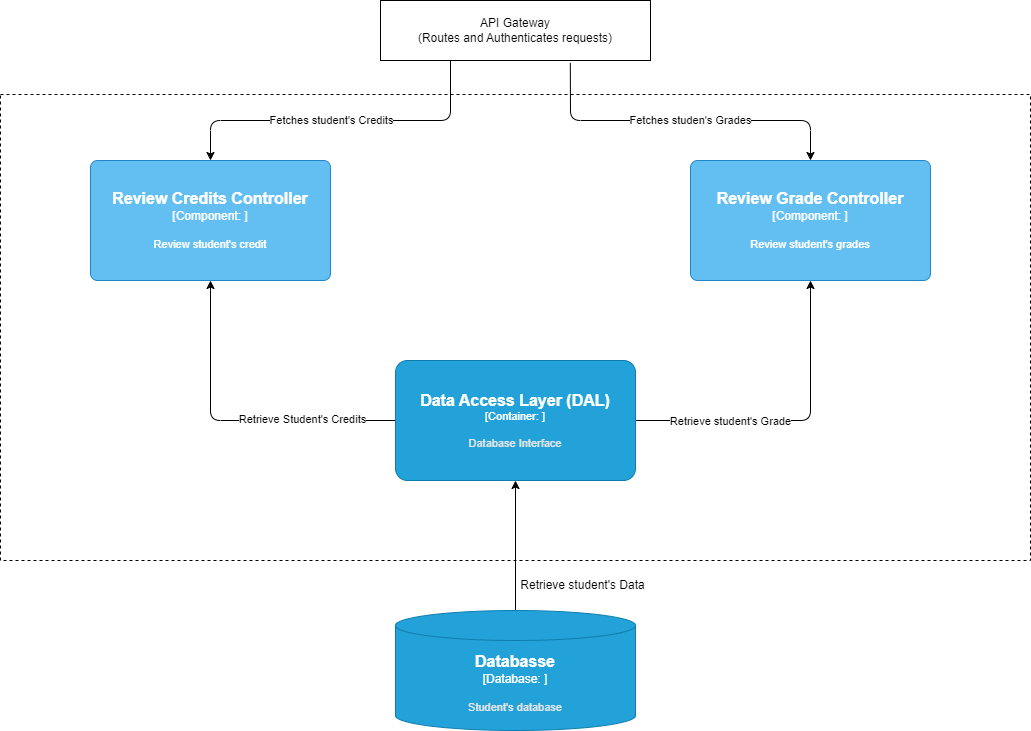
Above: C4 Model/L3 Diagram - Review Credits and Grades Service.png in Metalystn/Exam-repository (draw.io), before the change. Source tidied: cells renumbered, new cells last; positions are measured from the earlier drawing's top-left corner, leaving out a move shared by most shapes.
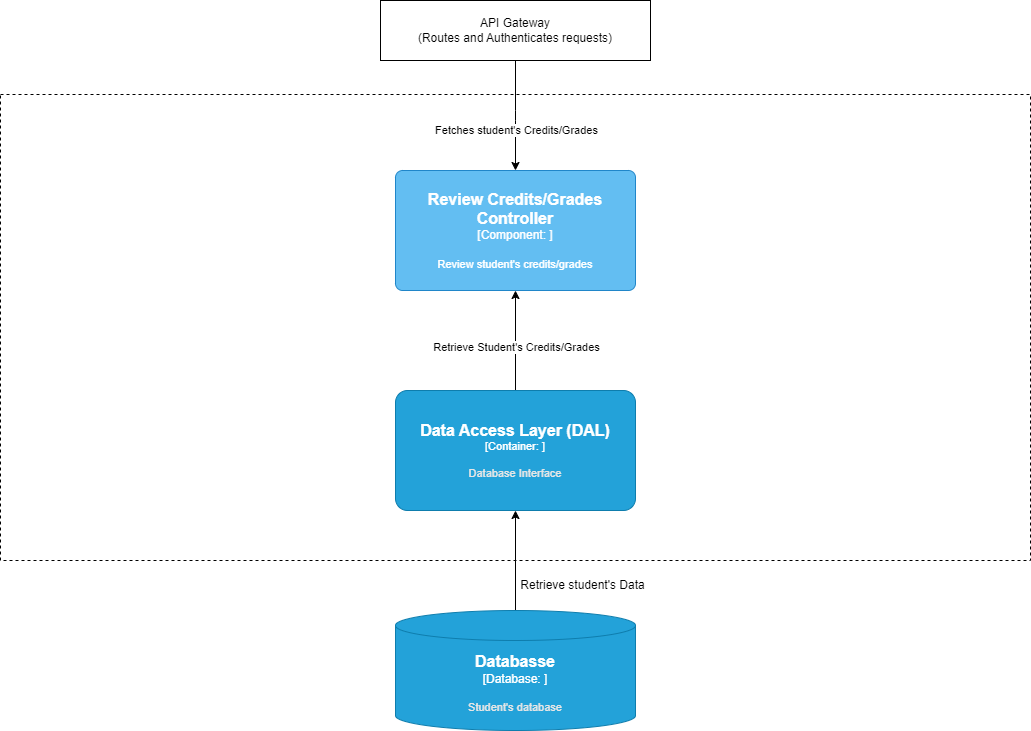
After the commit.

Commit message:
update L3 diagram for review credits/grades

The edit, as a diff of the source:
```diff
@@ -5,76 +5,40 @@
     <mxCell id="2" style="rounded=0;whiteSpace=wrap;html=1;fillColor=none;dashed=1;" parent="1" vertex="1">
       <mxGeometry y="94" width="1030" height="466" as="geometry" />
     </mxCell>
-    <mxCell id="3" style="edgeStyle=none;html=1;entryX=0.5;entryY=0;entryDx=0;entryDy=0;entryPerimeter=0;exitX=0.703;exitY=1.04;exitDx=0;exitDy=0;exitPerimeter=0;" parent="1" edge="1" source="7" target="13">
-      <mxGeometry relative="1" as="geometry">
-        <Array as="points">
-          <mxPoint x="570" y="120" />
-          <mxPoint x="810" y="120" />
-        </Array>
-      </mxGeometry>
-    </mxCell>
-    <mxCell id="4" value="Fetches studen's Grades" style="edgeLabel;html=1;align=center;verticalAlign=middle;" parent="3" vertex="1">
-      <mxGeometry x="-0.45" y="2" relative="1" as="geometry">
-        <mxPoint x="83" y="1" as="offset" />
-      </mxGeometry>
-    </mxCell>
-    <mxCell id="5" style="edgeStyle=none;html=1;entryX=0.5;entryY=0;entryDx=0;entryDy=0;entryPerimeter=0;" parent="1" edge="1" target="10">
+    <mxCell id="5" style="edgeStyle=none;html=1;entryX=0.5;entryY=0;entryDx=0;entryDy=0;entryPerimeter=0;exitX=0.5;exitY=1;exitDx=0;exitDy=0;" parent="1" edge="1" source="7" target="10">
       <mxGeometry relative="1" as="geometry">
-        <mxPoint x="450" y="60" as="sourcePoint" />
         <Array as="points">
-          <mxPoint x="450" y="120" />
-          <mxPoint x="210" y="120" />
+          <mxPoint x="515" y="120" />
         </Array>
       </mxGeometry>
     </mxCell>
-    <mxCell id="6" value="Fetches student's Credits" style="edgeLabel;html=1;align=center;verticalAlign=middle;" parent="5" vertex="1">
+    <mxCell id="6" value="Fetches student's Credits/Grades" style="edgeLabel;html=1;align=center;verticalAlign=middle;" parent="5" vertex="1">
       <mxGeometry x="0.29" relative="1" as="geometry">
-        <mxPoint x="39" y="-1" as="offset" />
+        <mxPoint y="-1" as="offset" />
       </mxGeometry>
     </mxCell>
     <mxCell id="7" value="API Gateway&lt;br&gt;(Routes and Authenticates requests)" style="rounded=0;whiteSpace=wrap;html=1;fillColor=none;" parent="1" vertex="1">
       <mxGeometry x="380" width="270" height="60" as="geometry" />
     </mxCell>
-    <mxCell id="8" style="edgeStyle=none;html=1;entryX=0;entryY=0.5;entryDx=0;entryDy=0;entryPerimeter=0;startArrow=classic;startFill=1;endArrow=none;endFill=0;" parent="1" edge="1" source="10" target="15">
-      <mxGeometry relative="1" as="geometry">
-        <Array as="points">
-          <mxPoint x="210" y="420" />
-        </Array>
-      </mxGeometry>
+    <mxCell id="8" style="edgeStyle=none;html=1;entryX=0.5;entryY=0;entryDx=0;entryDy=0;entryPerimeter=0;startArrow=classic;startFill=1;endArrow=none;endFill=0;exitX=0.5;exitY=1;exitDx=0;exitDy=0;exitPerimeter=0;" parent="1" edge="1" source="10" target="15">
+      <mxGeometry relative="1" as="geometry" />
     </mxCell>
-    <mxCell id="9" value="Retrieve Student's Credits" style="edgeLabel;html=1;align=center;verticalAlign=middle;" parent="8" vertex="1">
+    <mxCell id="9" value="Retrieve Student's Credits/Grades" style="edgeLabel;html=1;align=center;verticalAlign=middle;" parent="8" vertex="1">
       <mxGeometry x="0.11" y="2" relative="1" as="geometry">
-        <mxPoint x="50" as="offset" />
+        <mxPoint x="-2" as="offset" />
       </mxGeometry>
     </mxCell>
-    <object id="10" label="&lt;font style=&quot;font-size: 16px&quot;&gt;&lt;b&gt;%c4Name%&lt;/b&gt;&lt;/font&gt;&lt;div&gt;[%c4Type%: %c4Technology%]&lt;/div&gt;&lt;br&gt;&lt;div&gt;&lt;font style=&quot;font-size: 11px&quot;&gt;%c4Description%&lt;/font&gt;&lt;/div&gt;" c4Description="Review student's credit" c4Name="Review Credits Controller" c4Technology="" c4Type="Component" placeholders="1">
+    <object id="10" label="&lt;font style=&quot;font-size: 16px&quot;&gt;&lt;b&gt;%c4Name%&lt;/b&gt;&lt;/font&gt;&lt;div&gt;[%c4Type%: %c4Technology%]&lt;/div&gt;&lt;br&gt;&lt;div&gt;&lt;font style=&quot;font-size: 11px&quot;&gt;%c4Description%&lt;/font&gt;&lt;/div&gt;" c4Description="Review student's credits/grades" c4Name="Review Credits/Grades Controller" c4Technology="" c4Type="Component" placeholders="1">
       <mxCell style="rounded=1;whiteSpace=wrap;html=1;labelBackgroundColor=none;fillColor=#63BEF2;fontColor=#ffffff;align=center;arcSize=6;strokeColor=#2086C9;points=[[0.25,0,0],[0.5,0,0],[0.75,0,0],[1,0.25,0],[1,0.5,0],[1,0.75,0],[0.75,1,0],[0.5,1,0],[0.25,1,0],[0,0.75,0],[0,0.5,0],[0,0.25,0]];" parent="1" vertex="1">
-        <mxGeometry x="90" y="160" width="240" height="120" as="geometry" />
+        <mxGeometry x="395" y="170" width="240" height="120" as="geometry" />
       </mxCell>
     </object>
-    <mxCell id="11" style="edgeStyle=none;html=1;entryX=1;entryY=0.5;entryDx=0;entryDy=0;entryPerimeter=0;startArrow=classic;startFill=1;endArrow=none;endFill=0;" parent="1" edge="1" source="13" target="15">
-      <mxGeometry relative="1" as="geometry">
-        <Array as="points">
-          <mxPoint x="810" y="420" />
-        </Array>
-      </mxGeometry>
-    </mxCell>
-    <mxCell id="12" value="Retrieve student's Grade" style="edgeLabel;html=1;align=center;verticalAlign=middle;" parent="11" vertex="1">
-      <mxGeometry x="0.66" y="-1" relative="1" as="geometry">
-        <mxPoint x="40" y="1" as="offset" />
-      </mxGeometry>
-    </mxCell>
-    <object id="13" label="&lt;font style=&quot;font-size: 16px&quot;&gt;&lt;b&gt;%c4Name%&lt;/b&gt;&lt;/font&gt;&lt;div&gt;[%c4Type%: %c4Technology%]&lt;/div&gt;&lt;br&gt;&lt;div&gt;&lt;font style=&quot;font-size: 11px&quot;&gt;%c4Description%&lt;/font&gt;&lt;/div&gt;" c4Description="Review student's grades" c4Name="Review Grade Controller" c4Technology="" c4Type="Component" placeholders="1">
-      <mxCell style="rounded=1;whiteSpace=wrap;html=1;labelBackgroundColor=none;fillColor=#63BEF2;fontColor=#ffffff;align=center;arcSize=6;strokeColor=#2086C9;points=[[0.25,0,0],[0.5,0,0],[0.75,0,0],[1,0.25,0],[1,0.5,0],[1,0.75,0],[0.75,1,0],[0.5,1,0],[0.25,1,0],[0,0.75,0],[0,0.5,0],[0,0.25,0]];" parent="1" vertex="1">
-        <mxGeometry x="690" y="160" width="240" height="120" as="geometry" />
-      </mxCell>
-    </object>
     <mxCell id="14" style="edgeStyle=none;html=1;entryX=0.5;entryY=0;entryDx=0;entryDy=0;entryPerimeter=0;startArrow=classic;startFill=1;endArrow=none;endFill=0;" parent="1" edge="1" source="15" target="16">
       <mxGeometry relative="1" as="geometry" />
     </mxCell>
     <object id="15" label="&lt;font style=&quot;font-size: 16px&quot;&gt;&lt;b&gt;%c4Name%&lt;/b&gt;&lt;/font&gt;&lt;div&gt;[%c4Type%: %c4Technology%]&lt;/div&gt;&lt;br&gt;&lt;div&gt;&lt;font style=&quot;font-size: 11px&quot;&gt;&lt;font color=&quot;#E6E6E6&quot;&gt;%c4Description%&lt;/font&gt;&lt;/div&gt;" c4Description="Database Interface" c4Name="Data Access Layer (DAL)" c4Technology="" c4Type="Container" placeholders="1">
       <mxCell style="rounded=1;whiteSpace=wrap;html=1;fontSize=11;labelBackgroundColor=none;fillColor=#23A2D9;fontColor=#ffffff;align=center;arcSize=10;strokeColor=#0E7DAD;points=[[0.25,0,0],[0.5,0,0],[0.75,0,0],[1,0.25,0],[1,0.5,0],[1,0.75,0],[0.75,1,0],[0.5,1,0],[0.25,1,0],[0,0.75,0],[0,0.5,0],[0,0.25,0]];" parent="1" vertex="1">
-        <mxGeometry x="395" y="360" width="240" height="120" as="geometry" />
+        <mxGeometry x="395" y="390" width="240" height="120" as="geometry" />
       </mxCell>
     </object>
     <object id="16" label="&lt;font style=&quot;font-size: 16px&quot;&gt;&lt;b&gt;%c4Type%&lt;/b&gt;&lt;/font&gt;&lt;div&gt;[%c4Container%:&amp;nbsp;%c4Technology%]&lt;/div&gt;&lt;br&gt;&lt;div&gt;&lt;font style=&quot;font-size: 11px&quot;&gt;&lt;font color=&quot;#E6E6E6&quot;&gt;%c4Description%&lt;/font&gt;&lt;/div&gt;" c4Container="Database" c4Description="Student's database" c4Technology="" c4Type="Databasse" placeholders="1">
```
